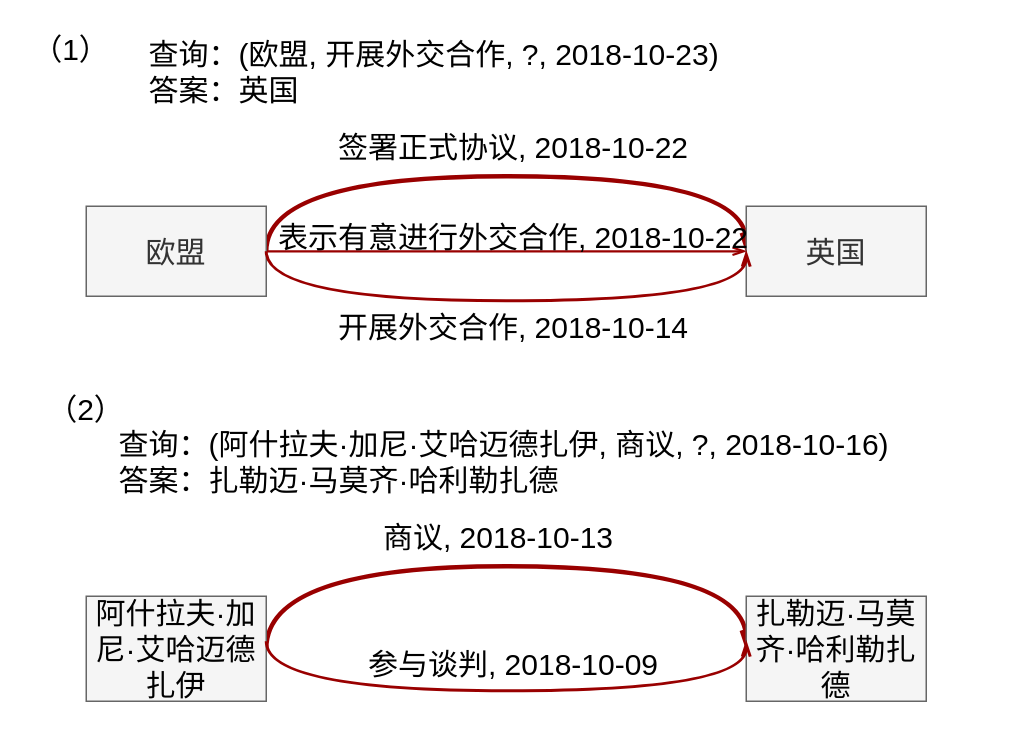
Before: page "第 1 页 的中文版" (2 of 5) of 案例研究-推理证据.drawio in LNqwn/BISHE-GRAPH, a draw.io diagram. Source tidied: cells renumbered, new cells numbered last; positions are measured from the earlier drawing's top-left corner, leaving out a move shared by most shapes. Both pictures are drawn from the tidied source at 150%, with x=0, y=0 at pixel (26, 26).
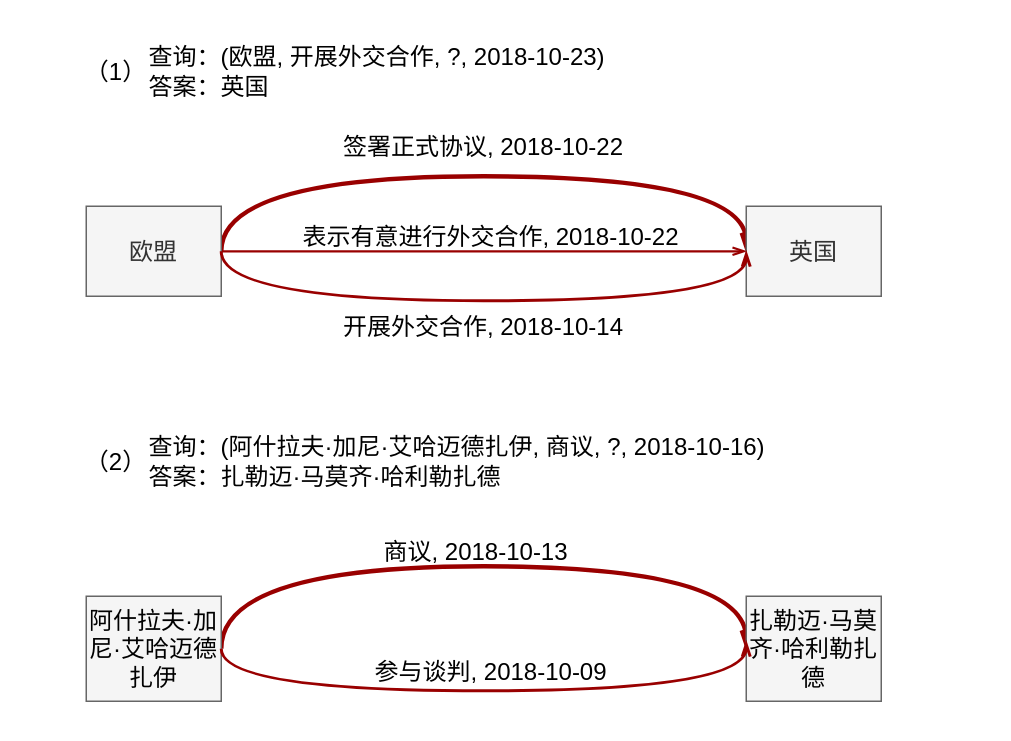
The same diagram, later.

The edit, as a diff of the source:
```diff
@@
-    <mxCell id="2" value="&lt;font&gt;查询：(欧盟, 开展外交合作, ?, 2018-10-23)&lt;/font&gt;&lt;div&gt;&lt;font&gt;答案：英国&lt;/font&gt;&lt;/div&gt;" style="text;html=1;align=left;verticalAlign=middle;whiteSpace=wrap;rounded=0;fontFamily=宋体;fontSize=20;fontColor=default;labelBackgroundColor=none;" parent="1" vertex="1">
-      <mxGeometry x="80" width="560" height="60" as="geometry" />
+    <mxCell id="2" value="&lt;font&gt;查询：(欧盟, 开展外交合作, ?, 2018-10-23)&lt;/font&gt;&lt;div&gt;&lt;font&gt;答案：英国&lt;/font&gt;&lt;/div&gt;" style="text;html=1;align=left;verticalAlign=middle;whiteSpace=wrap;rounded=0;fontFamily=宋体;fontSize=16;fontColor=default;labelBackgroundColor=none;" parent="1" vertex="1">
+      <mxGeometry x="80" width="350" height="60" as="geometry" />
     </mxCell>
-    <mxCell id="3" value="&lt;font&gt;签署正式协议,&amp;nbsp;2018-10-22&lt;/font&gt;" style="text;html=1;align=center;verticalAlign=middle;whiteSpace=wrap;rounded=0;fontFamily=宋体;fontSize=20;fontColor=default;labelBackgroundColor=none;" parent="1" vertex="1">
-      <mxGeometry x="120" y="50" width="410" height="60" as="geometry" />
+    <mxCell id="3" value="&lt;font&gt;签署正式协议,&amp;nbsp;2018-10-22&lt;/font&gt;" style="text;html=1;align=center;verticalAlign=middle;whiteSpace=wrap;rounded=0;fontFamily=宋体;fontSize=16;fontColor=default;labelBackgroundColor=none;" parent="1" vertex="1">
+      <mxGeometry x="140" y="50" width="330" height="60" as="geometry" />
     </mxCell>
-    <mxCell id="4" style="edgeStyle=orthogonalEdgeStyle;shape=connector;curved=1;rounded=0;jettySize=auto;html=1;entryX=0;entryY=0.5;entryDx=0;entryDy=0;strokeColor=#990000;align=center;verticalAlign=middle;fontFamily=宋体;fontSize=20;fontColor=default;labelBackgroundColor=default;startFill=0;endArrow=openThin;exitX=1;exitY=0.5;exitDx=0;exitDy=0;strokeWidth=3;endFill=0;" parent="1" edge="1" source="6" target="7">
+    <mxCell id="4" style="edgeStyle=orthogonalEdgeStyle;shape=connector;curved=1;rounded=0;jettySize=auto;html=1;entryX=0;entryY=0.5;entryDx=0;entryDy=0;strokeColor=#990000;align=center;verticalAlign=middle;fontFamily=宋体;fontSize=16;fontColor=default;labelBackgroundColor=default;startFill=0;endArrow=openThin;exitX=1;exitY=0.5;exitDx=0;exitDy=0;strokeWidth=3;endFill=0;" parent="1" edge="1" source="6" target="7">
       <mxGeometry relative="1" as="geometry">
         <Array as="points">
-          <mxPoint x="160" y="100" />
+          <mxPoint x="130" y="100" />
           <mxPoint x="480" y="100" />
         </Array>
       </mxGeometry>
     </mxCell>
-    <mxCell id="5" style="edgeStyle=orthogonalEdgeStyle;shape=connector;curved=1;rounded=0;jettySize=auto;html=1;strokeColor=#990000;align=center;verticalAlign=middle;fontFamily=宋体;fontSize=20;fontColor=default;labelBackgroundColor=default;startFill=0;endArrow=openThin;strokeWidth=1.5;endFill=0;" parent="1" edge="1" source="6">
+    <mxCell id="5" style="edgeStyle=orthogonalEdgeStyle;shape=connector;curved=1;rounded=0;jettySize=auto;html=1;strokeColor=#990000;align=center;verticalAlign=middle;fontFamily=宋体;fontSize=16;fontColor=default;labelBackgroundColor=default;startFill=0;endArrow=openThin;strokeWidth=1.5;endFill=0;" parent="1" edge="1" source="6">
       <mxGeometry relative="1" as="geometry">
         <mxPoint x="480" y="150" as="targetPoint" />
       </mxGeometry>
     </mxCell>
-    <mxCell id="6" value="&lt;font&gt;欧盟&lt;/font&gt;" style="rounded=0;whiteSpace=wrap;html=1;fillColor=#f5f5f5;fontColor=#333333;strokeColor=#666666;fontFamily=宋体;fontSize=20;" parent="1" vertex="1">
-      <mxGeometry x="40" y="120" width="120" height="60" as="geometry" />
+    <mxCell id="6" value="&lt;font&gt;欧盟&lt;/font&gt;" style="rounded=0;whiteSpace=wrap;html=1;fillColor=#f5f5f5;fontColor=#333333;strokeColor=#666666;fontFamily=宋体;fontSize=16;" parent="1" vertex="1">
+      <mxGeometry x="40" y="120" width="90" height="60" as="geometry" />
     </mxCell>
-    <mxCell id="7" value="&lt;font&gt;英国&lt;/font&gt;" style="rounded=0;whiteSpace=wrap;html=1;fillColor=#f5f5f5;fontColor=#333333;strokeColor=#666666;fontFamily=宋体;fontSize=20;" parent="1" vertex="1">
-      <mxGeometry x="480" y="120" width="120" height="60" as="geometry" />
+    <mxCell id="7" value="&lt;font&gt;英国&lt;/font&gt;" style="rounded=0;whiteSpace=wrap;html=1;fillColor=#f5f5f5;fontColor=#333333;strokeColor=#666666;fontFamily=宋体;fontSize=16;" parent="1" vertex="1">
+      <mxGeometry x="480" y="120" width="90" height="60" as="geometry" />
     </mxCell>
-    <mxCell id="8" value="&lt;font&gt;开展外交合作,&amp;nbsp;2018-10-14&lt;/font&gt;" style="text;html=1;align=center;verticalAlign=middle;whiteSpace=wrap;rounded=0;fontFamily=宋体;fontSize=20;fontColor=default;labelBackgroundColor=none;" parent="1" vertex="1">
-      <mxGeometry x="120" y="170" width="410" height="60" as="geometry" />
+    <mxCell id="8" value="&lt;font&gt;开展外交合作,&amp;nbsp;2018-10-14&lt;/font&gt;" style="text;html=1;align=center;verticalAlign=middle;whiteSpace=wrap;rounded=0;fontFamily=宋体;fontSize=16;fontColor=default;labelBackgroundColor=none;" parent="1" vertex="1">
+      <mxGeometry x="155" y="170" width="300" height="60" as="geometry" />
     </mxCell>
-    <mxCell id="9" style="edgeStyle=orthogonalEdgeStyle;shape=connector;curved=1;rounded=0;jettySize=auto;html=1;strokeColor=#990000;align=center;verticalAlign=middle;fontFamily=宋体;fontSize=20;fontColor=default;labelBackgroundColor=default;startFill=0;endArrow=openThin;exitX=1;exitY=0.5;exitDx=0;exitDy=0;strokeWidth=2;endFill=0;" parent="1" edge="1" source="6">
+    <mxCell id="9" style="edgeStyle=orthogonalEdgeStyle;shape=connector;curved=1;rounded=0;jettySize=auto;html=1;strokeColor=#990000;align=center;verticalAlign=middle;fontFamily=宋体;fontSize=16;fontColor=default;labelBackgroundColor=default;startFill=0;endArrow=openThin;exitX=1;exitY=0.5;exitDx=0;exitDy=0;strokeWidth=2;endFill=0;" parent="1" edge="1" source="6">
       <mxGeometry relative="1" as="geometry">
         <mxPoint x="480" y="150" as="targetPoint" />
         <Array as="points">
-          <mxPoint x="160" y="183" />
+          <mxPoint x="130" y="183" />
+          <mxPoint x="480" y="183" />
         </Array>
       </mxGeometry>
     </mxCell>
-    <mxCell id="10" value="&lt;font&gt;表示有意进行外交合作,&amp;nbsp;2018-10-22&lt;/font&gt;" style="text;html=1;align=center;verticalAlign=middle;whiteSpace=wrap;rounded=0;fontFamily=宋体;fontSize=20;fontColor=default;labelBackgroundColor=none;" parent="1" vertex="1">
-      <mxGeometry x="120" y="110" width="410" height="60" as="geometry" />
+    <mxCell id="10" value="&lt;font&gt;表示有意进行外交合作,&amp;nbsp;2018-10-22&lt;/font&gt;" style="text;html=1;align=center;verticalAlign=middle;whiteSpace=wrap;rounded=0;fontFamily=宋体;fontSize=16;fontColor=default;labelBackgroundColor=none;" parent="1" vertex="1">
+      <mxGeometry x="105" y="110" width="410" height="60" as="geometry" />
     </mxCell>
-    <mxCell id="11" value="&lt;font&gt;查询：(阿什拉夫·加尼·艾哈迈德扎伊, 商议, ?, 2018-10-16)&lt;/font&gt;&lt;div&gt;&lt;font&gt;答案：&lt;/font&gt;&lt;span style=&quot;background-color: transparent;&quot;&gt;&lt;font&gt;扎勒迈·马莫齐·哈利勒扎德&lt;/font&gt;&lt;/span&gt;&lt;/div&gt;" style="text;html=1;align=left;verticalAlign=middle;whiteSpace=wrap;rounded=0;fontFamily=宋体;fontSize=20;fontColor=default;labelBackgroundColor=none;" parent="1" vertex="1">
-      <mxGeometry x="60" y="260" width="580" height="60" as="geometry" />
+    <mxCell id="11" value="&lt;font&gt;查询：(阿什拉夫·加尼·艾哈迈德扎伊, 商议, ?, 2018-10-16)&lt;/font&gt;&lt;div&gt;&lt;font&gt;答案：&lt;/font&gt;&lt;span style=&quot;background-color: transparent;&quot;&gt;&lt;font&gt;扎勒迈·马莫齐·哈利勒扎德&lt;/font&gt;&lt;/span&gt;&lt;/div&gt;" style="text;html=1;align=left;verticalAlign=middle;whiteSpace=wrap;rounded=0;fontFamily=宋体;fontSize=16;fontColor=default;labelBackgroundColor=none;" parent="1" vertex="1">
+      <mxGeometry x="80" y="260" width="460" height="60" as="geometry" />
     </mxCell>
-    <mxCell id="12" style="edgeStyle=orthogonalEdgeStyle;shape=connector;curved=1;rounded=0;jettySize=auto;html=1;entryX=0;entryY=0.5;entryDx=0;entryDy=0;strokeColor=#990000;align=center;verticalAlign=middle;fontFamily=宋体;fontSize=20;fontColor=default;labelBackgroundColor=default;startFill=0;endArrow=openThin;exitX=1;exitY=0.5;exitDx=0;exitDy=0;strokeWidth=3;endFill=0;" parent="1" edge="1" source="13" target="14">
+    <mxCell id="12" style="edgeStyle=orthogonalEdgeStyle;shape=connector;curved=1;rounded=0;jettySize=auto;html=1;entryX=0;entryY=0.5;entryDx=0;entryDy=0;strokeColor=#990000;align=center;verticalAlign=middle;fontFamily=宋体;fontSize=16;fontColor=default;labelBackgroundColor=default;startFill=0;endArrow=openThin;exitX=1;exitY=0.5;exitDx=0;exitDy=0;strokeWidth=3;endFill=0;" parent="1" edge="1" source="13" target="14">
       <mxGeometry relative="1" as="geometry">
         <Array as="points">
-          <mxPoint x="160" y="360" />
+          <mxPoint x="130" y="360" />
           <mxPoint x="480" y="360" />
         </Array>
       </mxGeometry>
     </mxCell>
-    <mxCell id="13" value="&lt;span style=&quot;color: rgb(0, 0, 0); text-align: left;&quot;&gt;阿什拉夫·加尼·艾哈迈德扎伊&lt;/span&gt;" style="rounded=0;whiteSpace=wrap;html=1;fillColor=#f5f5f5;fontColor=#333333;strokeColor=#666666;fontFamily=宋体;fontSize=20;" parent="1" vertex="1">
-      <mxGeometry x="40" y="380" width="120" height="70" as="geometry" />
+    <mxCell id="13" value="&lt;span style=&quot;color: rgb(0, 0, 0); text-align: left;&quot;&gt;阿什拉夫·加尼·艾哈迈德扎伊&lt;/span&gt;" style="rounded=0;whiteSpace=wrap;html=1;fillColor=#f5f5f5;fontColor=#333333;strokeColor=#666666;fontFamily=宋体;fontSize=16;" parent="1" vertex="1">
+      <mxGeometry x="40" y="380" width="90" height="70" as="geometry" />
     </mxCell>
-    <mxCell id="14" value="&lt;span style=&quot;color: rgb(0, 0, 0); text-align: left;&quot;&gt;扎勒迈·马莫齐·哈利勒扎德&lt;/span&gt;" style="rounded=0;whiteSpace=wrap;html=1;fillColor=#f5f5f5;fontColor=#333333;strokeColor=#666666;fontFamily=宋体;fontSize=20;" parent="1" vertex="1">
-      <mxGeometry x="480" y="380" width="120" height="70" as="geometry" />
+    <mxCell id="14" value="&lt;span style=&quot;color: rgb(0, 0, 0); text-align: left;&quot;&gt;扎勒迈·马莫齐·哈利勒扎德&lt;/span&gt;" style="rounded=0;whiteSpace=wrap;html=1;fillColor=#f5f5f5;fontColor=#333333;strokeColor=#666666;fontFamily=宋体;fontSize=16;" parent="1" vertex="1">
+      <mxGeometry x="480" y="380" width="90" height="70" as="geometry" />
     </mxCell>
-    <mxCell id="15" value="&lt;div style=&quot;text-align: left;&quot;&gt;&lt;span style=&quot;background-color: transparent; text-align: center;&quot;&gt;参与谈判&lt;/span&gt;&lt;span style=&quot;background-color: transparent; color: light-dark(rgb(0, 0, 0), rgb(255, 255, 255));&quot;&gt;,&amp;nbsp;2018-10-09&lt;/span&gt;&lt;/div&gt;" style="text;html=1;align=center;verticalAlign=middle;whiteSpace=wrap;rounded=0;fontFamily=宋体;fontSize=20;fontColor=default;labelBackgroundColor=none;" parent="1" vertex="1">
-      <mxGeometry x="120" y="395" width="410" height="60" as="geometry" />
+    <mxCell id="15" value="&lt;div style=&quot;text-align: left;&quot;&gt;&lt;span style=&quot;background-color: transparent; text-align: center;&quot;&gt;参与谈判&lt;/span&gt;&lt;span style=&quot;background-color: transparent; color: light-dark(rgb(0, 0, 0), rgb(255, 255, 255));&quot;&gt;,&amp;nbsp;2018-10-09&lt;/span&gt;&lt;/div&gt;" style="text;html=1;align=center;verticalAlign=middle;whiteSpace=wrap;rounded=0;fontFamily=宋体;fontSize=16;fontColor=default;labelBackgroundColor=none;" parent="1" vertex="1">
+      <mxGeometry x="175" y="400" width="270" height="60" as="geometry" />
     </mxCell>
-    <mxCell id="16" style="edgeStyle=orthogonalEdgeStyle;shape=connector;curved=1;rounded=0;orthogonalLoop=1;jettySize=auto;html=1;strokeColor=#990000;align=center;verticalAlign=middle;fontFamily=宋体;fontSize=20;fontColor=default;labelBackgroundColor=default;startFill=0;endArrow=openThin;exitX=1;exitY=0.5;exitDx=0;exitDy=0;strokeWidth=2;endFill=0;" parent="1" edge="1">
+    <mxCell id="16" style="edgeStyle=orthogonalEdgeStyle;shape=connector;curved=1;rounded=0;jettySize=auto;html=1;strokeColor=#990000;align=center;verticalAlign=middle;fontFamily=宋体;fontSize=16;fontColor=default;labelBackgroundColor=default;startFill=0;endArrow=openThin;exitX=1;exitY=0.5;exitDx=0;exitDy=0;strokeWidth=2;endFill=0;" parent="1" edge="1" source="13">
       <mxGeometry relative="1" as="geometry">
-        <mxPoint x="160" y="410" as="sourcePoint" />
         <mxPoint x="480" y="410" as="targetPoint" />
         <Array as="points">
-          <mxPoint x="160" y="443" />
+          <mxPoint x="130" y="443" />
+          <mxPoint x="480" y="443" />
         </Array>
       </mxGeometry>
     </mxCell>
-    <mxCell id="17" value="&lt;font&gt;（1）&lt;/font&gt;" style="text;html=1;align=center;verticalAlign=middle;whiteSpace=wrap;rounded=0;fontFamily=宋体;fontSize=20;fontColor=default;labelBackgroundColor=default;" parent="1" vertex="1">
-      <mxGeometry width="60" height="30" as="geometry" />
+    <mxCell id="17" value="&lt;font&gt;（1）&lt;/font&gt;" style="text;html=1;align=center;verticalAlign=middle;whiteSpace=wrap;rounded=0;fontFamily=宋体;fontSize=16;fontColor=default;labelBackgroundColor=default;" parent="1" vertex="1">
+      <mxGeometry x="30" y="15" width="60" height="30" as="geometry" />
     </mxCell>
-    <mxCell id="18" value="&lt;font&gt;（2）&lt;/font&gt;" style="text;html=1;align=center;verticalAlign=middle;whiteSpace=wrap;rounded=0;fontFamily=宋体;fontSize=20;fontColor=default;labelBackgroundColor=default;" parent="1" vertex="1">
-      <mxGeometry x="10" y="240" width="60" height="30" as="geometry" />
+    <mxCell id="18" value="&lt;font&gt;（2）&lt;/font&gt;" style="text;html=1;align=center;verticalAlign=middle;whiteSpace=wrap;rounded=0;fontFamily=宋体;fontSize=16;fontColor=default;labelBackgroundColor=default;" parent="1" vertex="1">
+      <mxGeometry x="30" y="275" width="60" height="30" as="geometry" />
     </mxCell>
-    <mxCell id="19" value="&lt;div style=&quot;text-align: left;&quot;&gt;&lt;span style=&quot;background-color: transparent;&quot;&gt;商议&lt;/span&gt;&lt;span style=&quot;background-color: transparent; color: light-dark(rgb(0, 0, 0), rgb(255, 255, 255));&quot;&gt;,&amp;nbsp;2018-10-13&lt;/span&gt;&lt;/div&gt;" style="text;html=1;align=center;verticalAlign=middle;whiteSpace=wrap;rounded=0;fontFamily=宋体;fontSize=20;fontColor=default;labelBackgroundColor=none;" parent="1" vertex="1">
-      <mxGeometry x="110" y="310" width="410" height="60" as="geometry" />
+    <mxCell id="19" value="&lt;div style=&quot;text-align: left;&quot;&gt;&lt;span style=&quot;background-color: transparent;&quot;&gt;商议&lt;/span&gt;&lt;span style=&quot;background-color: transparent; color: light-dark(rgb(0, 0, 0), rgb(255, 255, 255));&quot;&gt;,&amp;nbsp;2018-10-13&lt;/span&gt;&lt;/div&gt;" style="text;html=1;align=center;verticalAlign=middle;whiteSpace=wrap;rounded=0;fontFamily=宋体;fontSize=16;fontColor=default;labelBackgroundColor=none;" parent="1" vertex="1">
+      <mxGeometry x="175" y="320" width="250" height="60" as="geometry" />
     </mxCell>
```
